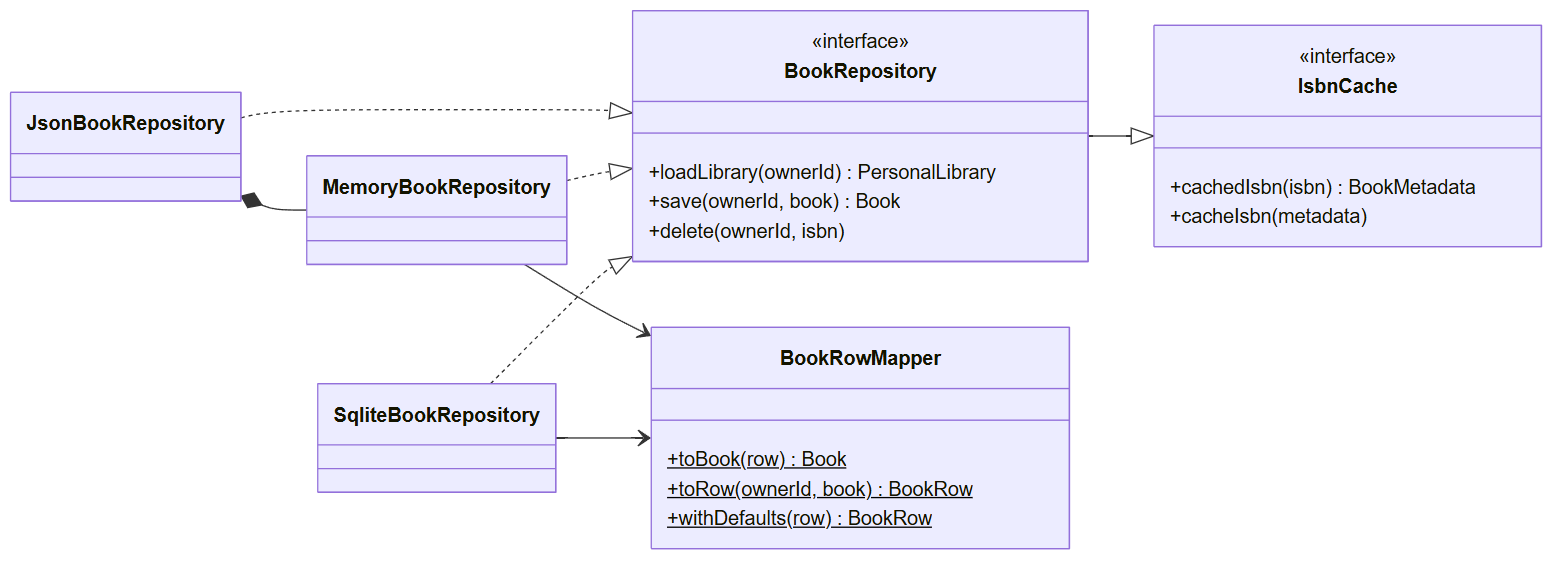
This is docs/design/figures/iface-data.png from ghechavarria/cen5064-project-hechavarria, a Mermaid export, as it was before one commit. Its source is kept beside it as docs/design/diagrams/iface-data.mmd. Source of this version:
```mermaid
classDiagram
    direction LR
    class BookRepository {
        <<interface>>
        +loadLibrary(ownerId) PersonalLibrary
        +save(ownerId, book) Book
        +delete(ownerId, isbn)
    }
    class IsbnCache {
        <<interface>>
        +cachedIsbn(isbn) BookMetadata
        +cacheIsbn(metadata)
    }
    class BookRowMapper {
        +toBook(row)$ Book
        +toRow(ownerId, book)$ BookRow
        +withDefaults(row)$ BookRow
    }
    BookRepository --|> IsbnCache
    SqliteBookRepository ..|> BookRepository
    MemoryBookRepository ..|> BookRepository
    JsonBookRepository ..|> BookRepository
    JsonBookRepository *-- MemoryBookRepository
    SqliteBookRepository --> BookRowMapper
    MemoryBookRepository --> BookRowMapper
```
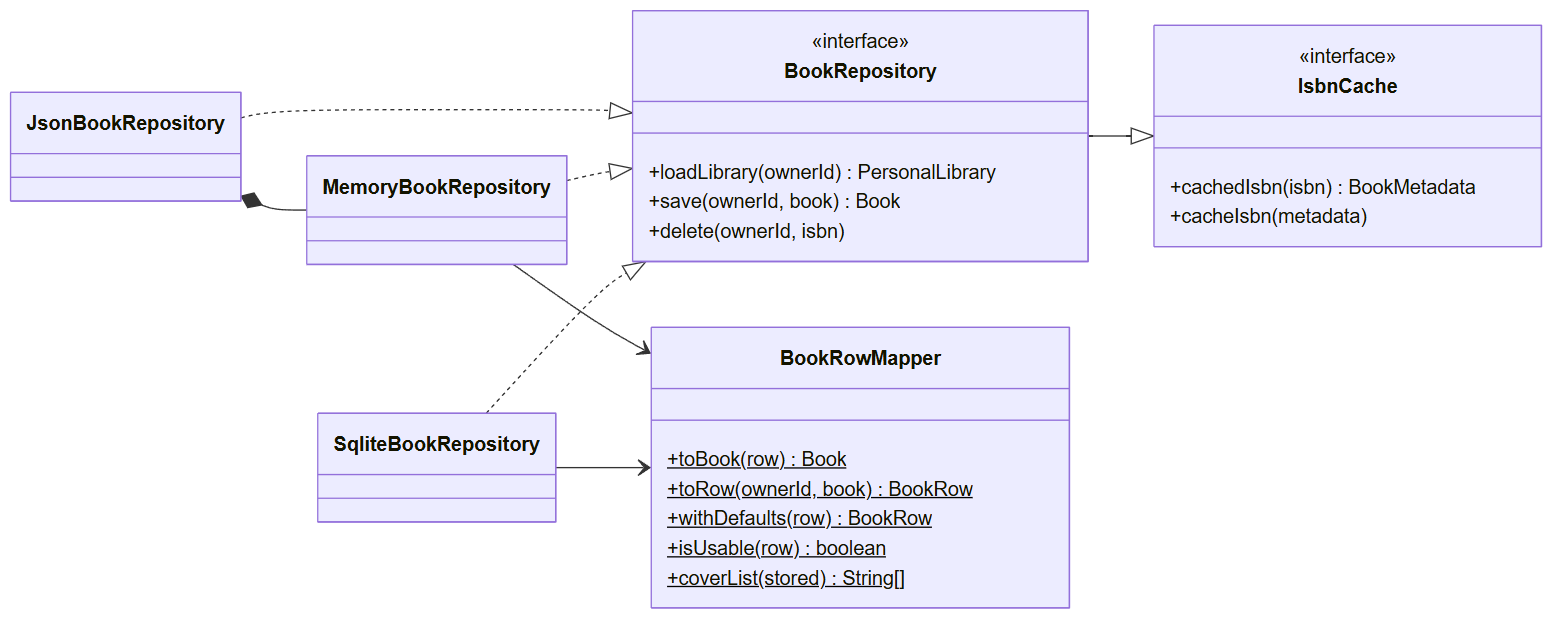
Above is the later version.

The edit, as a diff of the source:
```diff
@@ -15,6 +15,8 @@
         +toBook(row)$ Book
         +toRow(ownerId, book)$ BookRow
         +withDefaults(row)$ BookRow
+        +isUsable(row)$ boolean
+        +coverList(stored)$ String[]
     }
     BookRepository --|> IsbnCache
     SqliteBookRepository ..|> BookRepository
```
